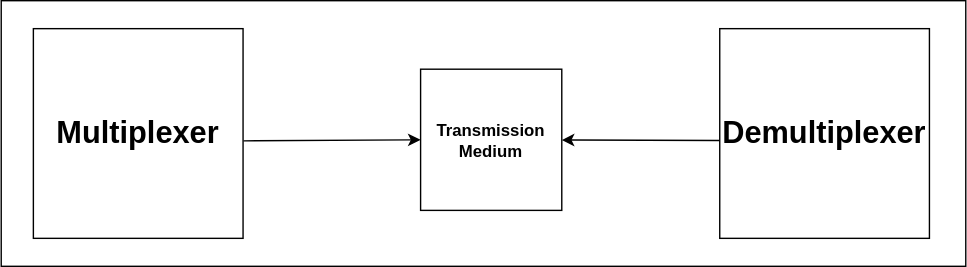
Above: src/components/images/Multiplexer.drawio.svg in Mithil2603/misblog (draw.io), before the change. Source tidied: cells renumbered, new cells last; positions are measured from the earlier drawing's top-left corner, leaving out a move shared by most shapes. Its diagram source:
```xml
<mxGraphModel>
  <root>
    <mxCell id="0" />
    <mxCell id="1" parent="0" />
    <mxCell id="2" style="rounded=0;whiteSpace=wrap;html=1;" parent="1" vertex="1">
      <mxGeometry width="690" height="190" as="geometry" />
    </mxCell>
    <mxCell id="3" value="&lt;b&gt;&lt;font style=&quot;font-size: 22px;&quot;&gt;Multiplexer&lt;/font&gt;&lt;/b&gt;" style="whiteSpace=wrap;html=1;" parent="1" vertex="1">
      <mxGeometry x="23" y="20" width="150" height="150" as="geometry" />
    </mxCell>
    <mxCell id="4" value="&lt;b&gt;&lt;font style=&quot;font-size: 22px;&quot;&gt;Demultiplexer&lt;/font&gt;&lt;/b&gt;" style="whiteSpace=wrap;html=1;" parent="1" vertex="1">
      <mxGeometry x="514" y="20" width="150" height="150" as="geometry" />
    </mxCell>
    <mxCell id="5" style="endArrow=classic;html=1;rounded=0;exitX=1.002;exitY=0.535;exitDx=0;exitDy=0;exitPerimeter=0;entryX=0;entryY=0.5;entryDx=0;entryDy=0;" parent="1" edge="1" source="3" target="7">
      <mxGeometry relative="1" as="geometry" />
    </mxCell>
    <mxCell id="6" style="endArrow=classic;html=1;rounded=0;exitX=0;exitY=0.5;exitDx=0;exitDy=0;" parent="1" edge="1" target="7">
      <mxGeometry relative="1" as="geometry">
        <mxPoint x="514" y="100" as="sourcePoint" />
      </mxGeometry>
    </mxCell>
    <mxCell id="7" value="&lt;b&gt;Transmission&lt;/b&gt;&lt;div&gt;&lt;b&gt;Medium&lt;/b&gt;&lt;/div&gt;" style="whiteSpace=wrap;html=1;" parent="1" vertex="1">
      <mxGeometry x="300" y="49" width="101" height="101" as="geometry" />
    </mxCell>
  </root>
</mxGraphModel>
```
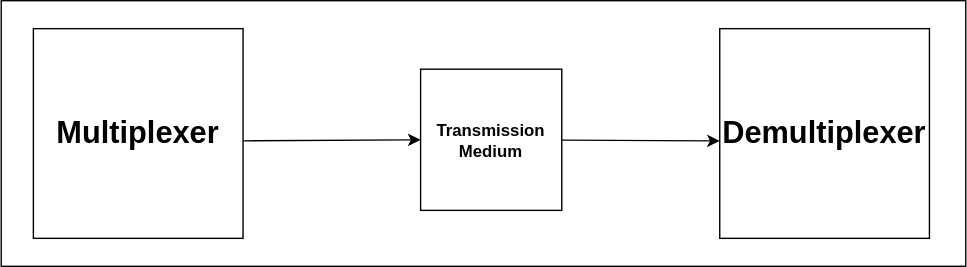
The same diagram one commit later.

Change to the diagram source:
```diff
@@ -14,9 +14,9 @@
     <mxCell id="5" style="endArrow=classic;html=1;rounded=0;exitX=1.002;exitY=0.535;exitDx=0;exitDy=0;exitPerimeter=0;entryX=0;entryY=0.5;entryDx=0;entryDy=0;" parent="1" edge="1" source="3" target="7">
       <mxGeometry relative="1" as="geometry" />
     </mxCell>
-    <mxCell id="6" style="endArrow=classic;html=1;rounded=0;exitX=0;exitY=0.5;exitDx=0;exitDy=0;" parent="1" edge="1" target="7">
+    <mxCell id="6" style="endArrow=classic;html=1;rounded=0;" parent="1" edge="1" source="7">
       <mxGeometry relative="1" as="geometry">
-        <mxPoint x="514" y="100" as="sourcePoint" />
+        <mxPoint x="514" y="100.3" as="targetPoint" />
       </mxGeometry>
     </mxCell>
     <mxCell id="7" value="&lt;b&gt;Transmission&lt;/b&gt;&lt;div&gt;&lt;b&gt;Medium&lt;/b&gt;&lt;/div&gt;" style="whiteSpace=wrap;html=1;" parent="1" vertex="1">
```
